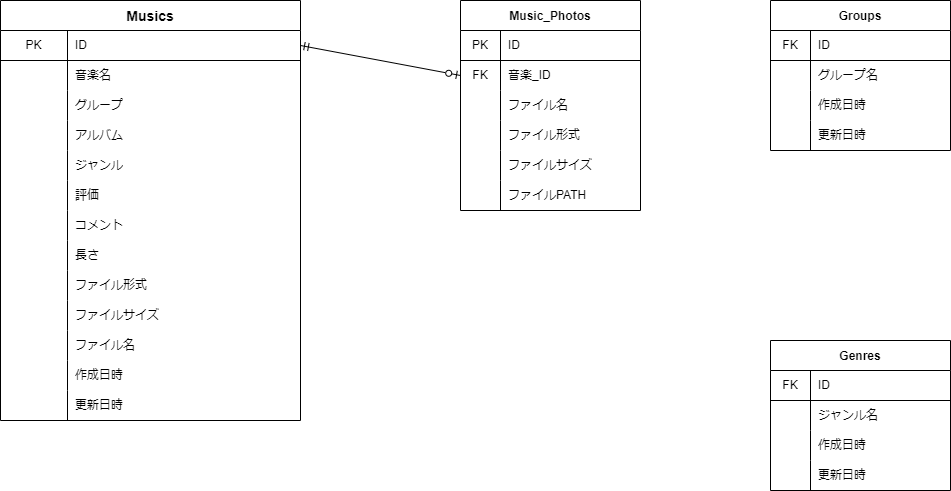
The draw.io diagram er.drawio.png in monomonosu/SoundHornet-React, before a commit. Source tidied: cells renumbered, new cells last; positions are measured from the earlier drawing's top-left corner, leaving out a move shared by most shapes.
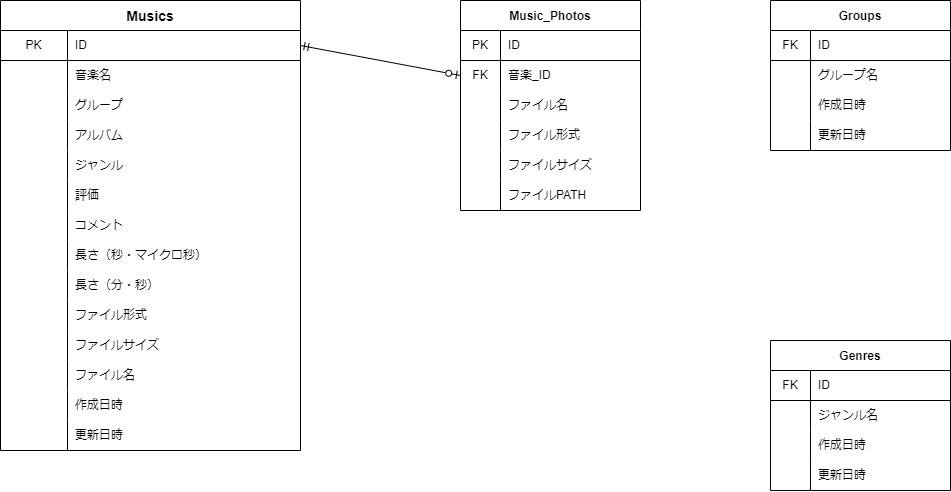
The same file after the commit.

Change to the diagram source:
```diff
@@ -3,7 +3,7 @@
     <mxCell id="0" />
     <mxCell id="1" parent="0" />
     <mxCell id="2" value="Musics" style="shape=table;startSize=30;rowLines=0;fontStyle=1;align=center;fontSize=14;" parent="1" vertex="1">
-      <mxGeometry width="300" height="420" as="geometry" />
+      <mxGeometry width="300" height="450" as="geometry" />
     </mxCell>
     <mxCell id="3" style="shape=partialRectangle;html=1;whiteSpace=wrap;fillColor=none;top=0;left=0;bottom=1;right=0;points=[[0,0.5],[1,0.5]];portConstraint=eastwest;" parent="2" vertex="1">
       <mxGeometry y="30" width="300" height="30" as="geometry" />
@@ -68,17 +68,26 @@
     <mxCell id="23" value="コメント" style="shape=partialRectangle;html=1;whiteSpace=wrap;fillColor=none;top=0;left=0;bottom=0;right=0;align=left;spacingLeft=6;overflow=hidden;" parent="21" vertex="1">
       <mxGeometry x="67" width="233" height="30" as="geometry" />
     </mxCell>
+    <mxCell id="88" style="shape=partialRectangle;html=1;whiteSpace=wrap;fillColor=none;top=0;left=0;bottom=0;right=0;" parent="2" vertex="1">
+      <mxGeometry y="240" width="300" height="30" as="geometry" />
+    </mxCell>
+    <mxCell id="89" style="shape=partialRectangle;html=1;whiteSpace=wrap;fillColor=none;top=0;left=0;bottom=0;right=0;overflow=hidden;" parent="88" vertex="1">
+      <mxGeometry width="67" height="30" as="geometry" />
+    </mxCell>
+    <mxCell id="90" value="長さ（秒・マイクロ秒）" style="shape=partialRectangle;html=1;whiteSpace=wrap;fillColor=none;top=0;left=0;bottom=0;right=0;align=left;spacingLeft=6;overflow=hidden;" parent="88" vertex="1">
+      <mxGeometry x="67" width="233" height="30" as="geometry" />
+    </mxCell>
     <mxCell id="24" style="shape=partialRectangle;html=1;whiteSpace=wrap;fillColor=none;top=0;left=0;bottom=0;right=0;" parent="2" vertex="1">
-      <mxGeometry y="240" width="300" height="30" as="geometry" />
+      <mxGeometry y="270" width="300" height="30" as="geometry" />
     </mxCell>
     <mxCell id="25" style="shape=partialRectangle;html=1;whiteSpace=wrap;fillColor=none;top=0;left=0;bottom=0;right=0;overflow=hidden;" parent="24" vertex="1">
       <mxGeometry width="67" height="30" as="geometry" />
     </mxCell>
-    <mxCell id="26" value="長さ" style="shape=partialRectangle;html=1;whiteSpace=wrap;fillColor=none;top=0;left=0;bottom=0;right=0;align=left;spacingLeft=6;overflow=hidden;" parent="24" vertex="1">
+    <mxCell id="26" value="長さ（分・秒）" style="shape=partialRectangle;html=1;whiteSpace=wrap;fillColor=none;top=0;left=0;bottom=0;right=0;align=left;spacingLeft=6;overflow=hidden;" parent="24" vertex="1">
       <mxGeometry x="67" width="233" height="30" as="geometry" />
     </mxCell>
     <mxCell id="27" style="shape=partialRectangle;html=1;whiteSpace=wrap;fillColor=none;top=0;left=0;bottom=0;right=0;" parent="2" vertex="1">
-      <mxGeometry y="270" width="300" height="30" as="geometry" />
+      <mxGeometry y="300" width="300" height="30" as="geometry" />
     </mxCell>
     <mxCell id="28" style="shape=partialRectangle;html=1;whiteSpace=wrap;fillColor=none;top=0;left=0;bottom=0;right=0;overflow=hidden;" parent="27" vertex="1">
       <mxGeometry width="67" height="30" as="geometry" />
@@ -87,7 +96,7 @@
       <mxGeometry x="67" width="233" height="30" as="geometry" />
     </mxCell>
     <mxCell id="30" style="shape=partialRectangle;html=1;whiteSpace=wrap;fillColor=none;top=0;left=0;bottom=0;right=0;" parent="2" vertex="1">
-      <mxGeometry y="300" width="300" height="30" as="geometry" />
+      <mxGeometry y="330" width="300" height="30" as="geometry" />
     </mxCell>
     <mxCell id="31" style="shape=partialRectangle;html=1;whiteSpace=wrap;fillColor=none;top=0;left=0;bottom=0;right=0;overflow=hidden;" parent="30" vertex="1">
       <mxGeometry width="67" height="30" as="geometry" />
@@ -96,7 +105,7 @@
       <mxGeometry x="67" width="233" height="30" as="geometry" />
     </mxCell>
     <mxCell id="33" style="shape=partialRectangle;html=1;whiteSpace=wrap;fillColor=none;top=0;left=0;bottom=0;right=0;" parent="2" vertex="1">
-      <mxGeometry y="330" width="300" height="30" as="geometry" />
+      <mxGeometry y="360" width="300" height="30" as="geometry" />
     </mxCell>
     <mxCell id="34" style="shape=partialRectangle;html=1;whiteSpace=wrap;fillColor=none;top=0;left=0;bottom=0;right=0;overflow=hidden;" parent="33" vertex="1">
       <mxGeometry width="67" height="30" as="geometry" />
@@ -105,7 +114,7 @@
       <mxGeometry x="67" width="233" height="30" as="geometry" />
     </mxCell>
     <mxCell id="36" style="shape=partialRectangle;html=1;whiteSpace=wrap;fillColor=none;top=0;left=0;bottom=0;right=0;" parent="2" vertex="1">
-      <mxGeometry y="360" width="300" height="30" as="geometry" />
+      <mxGeometry y="390" width="300" height="30" as="geometry" />
     </mxCell>
     <mxCell id="37" style="shape=partialRectangle;html=1;whiteSpace=wrap;fillColor=none;top=0;left=0;bottom=0;right=0;overflow=hidden;" parent="36" vertex="1">
       <mxGeometry width="67" height="30" as="geometry" />
@@ -114,7 +123,7 @@
       <mxGeometry x="67" width="233" height="30" as="geometry" />
     </mxCell>
     <mxCell id="39" style="shape=partialRectangle;html=1;whiteSpace=wrap;fillColor=none;top=0;left=0;bottom=0;right=0;" parent="2" vertex="1">
-      <mxGeometry y="390" width="300" height="30" as="geometry" />
+      <mxGeometry y="420" width="300" height="30" as="geometry" />
     </mxCell>
     <mxCell id="40" style="shape=partialRectangle;html=1;whiteSpace=wrap;fillColor=none;top=0;left=0;bottom=0;right=0;overflow=hidden;" parent="39" vertex="1">
       <mxGeometry width="67" height="30" as="geometry" />
```
